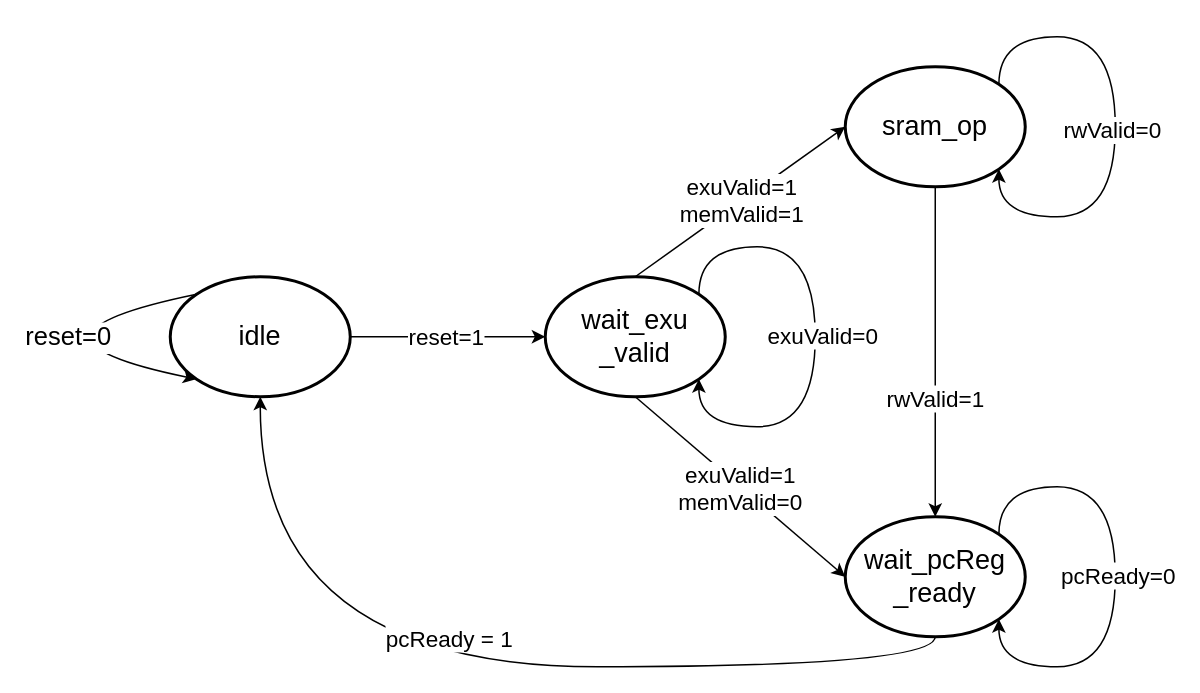
Above: page "WBU" (1 of 2) of my_notes/Bus/总线状态机.drawio in againlxt/ysyx-workbench (draw.io), before the change. Source tidied: cells renumbered, new cells numbered last; positions are measured from the earlier drawing's top-left corner, leaving out a move shared by most shapes. Both pictures are drawn from the tidied source at 150%, with x=0, y=0 at pixel (-10, 36).
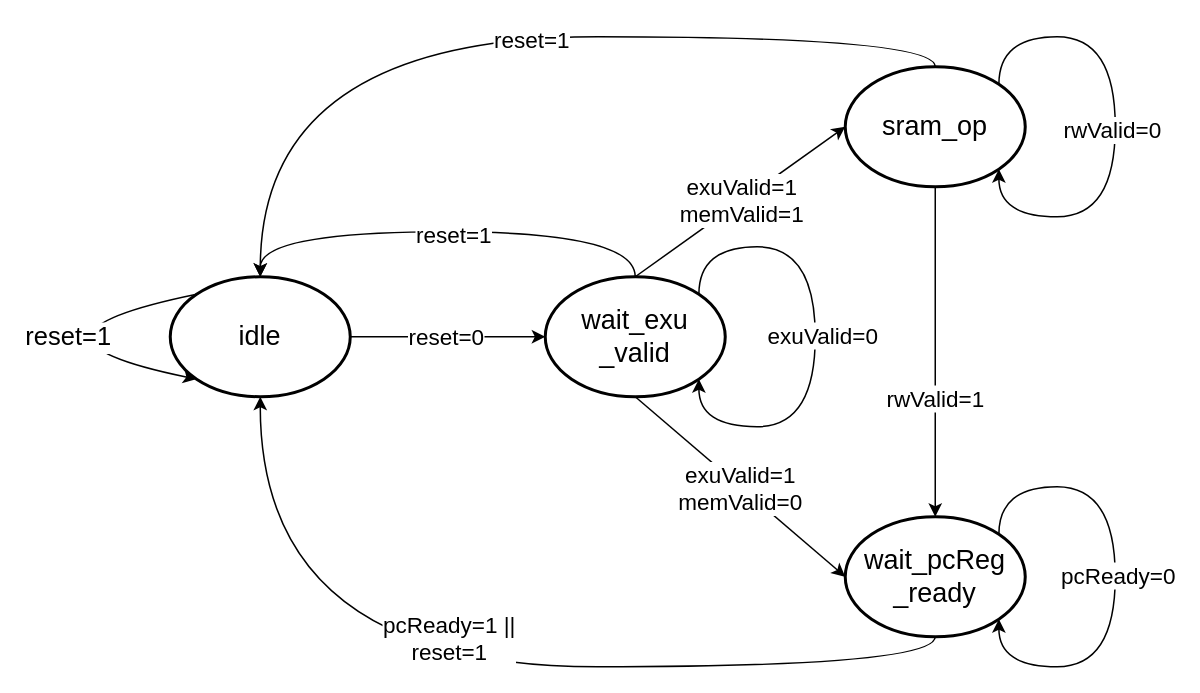
Above is the later version.

Unchanged cells that the change refers to:
```xml
<mxCell id="2" value="&lt;font style=&quot;font-size: 18px;&quot;&gt;idle&lt;/font&gt;" style="ellipse;whiteSpace=wrap;html=1;strokeWidth=2;" parent="1" vertex="1">
  <mxGeometry x="120" y="160" width="120" height="80" as="geometry" />
</mxCell>
<mxCell id="3" value="&lt;span style=&quot;font-size: 18px;&quot;&gt;wait_exu&lt;br&gt;_valid&lt;/span&gt;" style="ellipse;whiteSpace=wrap;html=1;strokeWidth=2;" parent="1" vertex="1">
  <mxGeometry x="370" y="160" width="120" height="80" as="geometry" />
</mxCell>
<mxCell id="4" value="&lt;span style=&quot;font-size: 18px;&quot;&gt;sram_op&lt;/span&gt;" style="ellipse;whiteSpace=wrap;html=1;strokeWidth=2;" parent="1" vertex="1">
  <mxGeometry x="570" y="20" width="120" height="80" as="geometry" />
</mxCell>
<mxCell id="5" style="edgeStyle=orthogonalEdgeStyle;rounded=0;jettySize=auto;html=1;exitX=0.5;exitY=1;exitDx=0;exitDy=0;entryX=0.5;entryY=1;entryDx=0;entryDy=0;curved=1;" parent="1" edge="1" source="7" target="2">
  <mxGeometry relative="1" as="geometry" />
</mxCell>
<mxCell id="8" style="endArrow=classic;html=1;rounded=0;entryX=0;entryY=1;entryDx=0;entryDy=0;exitX=0;exitY=0;exitDx=0;exitDy=0;curved=1;" parent="1" edge="1" source="2" target="2">
  <mxGeometry relative="1" as="geometry">
    <Array as="points">
      <mxPoint y="200" />
    </Array>
  </mxGeometry>
</mxCell>
<mxCell id="10" style="endArrow=classic;html=1;rounded=0;entryX=0;entryY=0.5;entryDx=0;entryDy=0;exitX=1;exitY=0.5;exitDx=0;exitDy=0;" parent="1" edge="1" source="2" target="3">
  <mxGeometry relative="1" as="geometry" />
</mxCell>
```

What changed in the source:
```diff
@@
+    <mxCell id="24" style="edgeStyle=orthogonalEdgeStyle;rounded=0;jettySize=auto;html=1;exitX=0.5;exitY=0;exitDx=0;exitDy=0;entryX=0.5;entryY=0;entryDx=0;entryDy=0;curved=1;" parent="1" edge="1" source="3" target="2">
+      <mxGeometry relative="1" as="geometry">
+        <Array as="points">
+          <mxPoint x="430" y="130" />
+          <mxPoint x="180" y="130" />
+        </Array>
+      </mxGeometry>
+    </mxCell>
+    <mxCell id="25" value="&lt;font style=&quot;font-size: 15px;&quot;&gt;reset=1&lt;/font&gt;" style="edgeLabel;html=1;align=center;verticalAlign=middle;" parent="24" vertex="1">
+      <mxGeometry x="-0.02" y="1" relative="1" as="geometry" />
+    </mxCell>
@@
+    <mxCell id="26" style="edgeStyle=orthogonalEdgeStyle;rounded=0;jettySize=auto;html=1;exitX=0.5;exitY=0;exitDx=0;exitDy=0;curved=1;" parent="1" edge="1" source="4">
+      <mxGeometry relative="1" as="geometry">
+        <mxPoint x="180" y="160" as="targetPoint" />
+      </mxGeometry>
+    </mxCell>
+    <mxCell id="27" value="&lt;font style=&quot;font-size: 15px;&quot;&gt;reset=1&lt;/font&gt;" style="edgeLabel;html=1;align=center;verticalAlign=middle;" parent="26" vertex="1">
+      <mxGeometry x="-0.08" y="1" relative="1" as="geometry" />
+    </mxCell>
@@
-    <mxCell id="6" value="&lt;font style=&quot;font-size: 15px;&quot;&gt;pcReady = 1&lt;/font&gt;" style="edgeLabel;html=1;align=center;verticalAlign=middle;" parent="5" vertex="1">
+    <mxCell id="6" value="&lt;font style=&quot;font-size: 15px;&quot;&gt;pcReady=1 ||&lt;/font&gt;&lt;div&gt;&lt;font style=&quot;font-size: 15px;&quot;&gt;reset=1&lt;/font&gt;&lt;/div&gt;" style="edgeLabel;html=1;align=center;verticalAlign=middle;" parent="5" vertex="1">
       <mxGeometry x="0.06" y="-11" relative="1" as="geometry">
         <mxPoint y="-9" as="offset" />
       </mxGeometry>
     </mxCell>
@@
-    <mxCell id="9" value="&lt;span style=&quot;font-size: 17px;&quot;&gt;reset=0&lt;/span&gt;" style="edgeLabel;html=1;align=center;verticalAlign=middle;" parent="8" vertex="1">
+    <mxCell id="9" value="&lt;span style=&quot;font-size: 17px;&quot;&gt;reset=1&lt;/span&gt;" style="edgeLabel;html=1;align=center;verticalAlign=middle;" parent="8" vertex="1">
       <mxGeometry x="-0.03" y="1" relative="1" as="geometry">
         <mxPoint x="47" as="offset" />
       </mxGeometry>
     </mxCell>
@@
-    <mxCell id="11" value="&lt;font style=&quot;font-size: 15px;&quot;&gt;reset=1&lt;/font&gt;" style="edgeLabel;html=1;align=center;verticalAlign=middle;" parent="10" vertex="1">
+    <mxCell id="11" value="&lt;font style=&quot;font-size: 15px;&quot;&gt;reset=0&lt;/font&gt;" style="edgeLabel;html=1;align=center;verticalAlign=middle;" parent="10" vertex="1">
       <mxGeometry x="-0.03" y="1" relative="1" as="geometry" />
     </mxCell>
```
